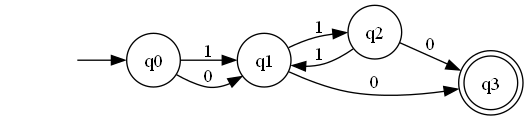
This is ATM.gv.png from CRincon115/AutomatasFinal, a Graphviz export, as it was before one commit. Its source is kept beside it as ATM.gv.
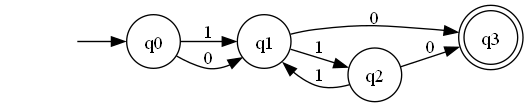
The same file after the commit.

Change to the diagram source:
```diff
@@ -2,9 +2,9 @@
 	graph [rankdir=LR]
 	"" [label="" shape=plaintext]
 	q3 [label=q3 shape=doublecircle]
-	q2 [label=q2 shape=circle]
 	q1 [label=q1 shape=circle]
 	q0 [label=q0 shape=circle]
+	q2 [label=q2 shape=circle]
 	"" -> q0 [label=""]
 	q0 -> q1 [label=1]
 	q0 -> q1 [label=0]
```
